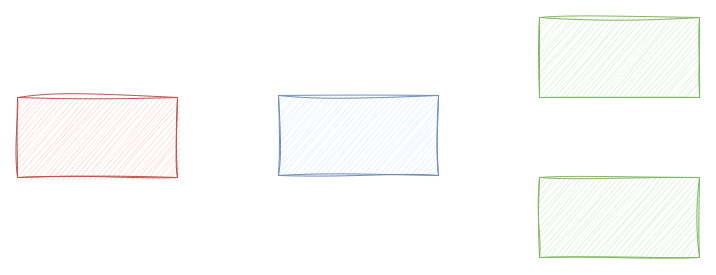
Earlier version of the draw.io diagram Unbenanntes Diagramm.drawio (grexess/test). Source tidied: cells renumbered, new cells numbered last; positions are measured from the earlier drawing's top-left corner, leaving out a move shared by most shapes. Both pictures are drawn from the tidied source at 100%, with x=0, y=0 at pixel (17, 17).
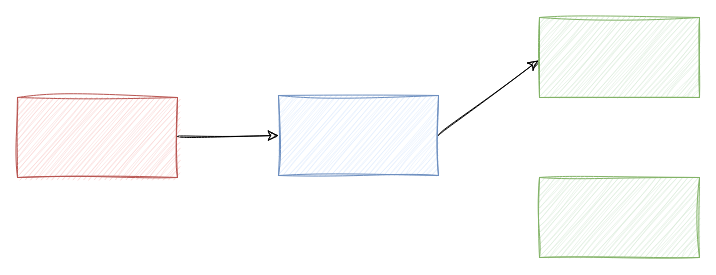
The same page after the edit.

Diff of the diagram source:
```diff
@@
 <mxGraphModel>
   <root>
     <mxCell id="0" />
     <mxCell id="1" parent="0" />
+    <mxCell id="6" style="edgeStyle=none;curved=1;rounded=0;jettySize=auto;html=1;entryX=0;entryY=0.5;entryDx=0;entryDy=0;fontSize=12;startSize=8;endSize=8;sketch=1;curveFitting=1;jiggle=2;" parent="1" edge="1" source="2" target="3">
+      <mxGeometry relative="1" as="geometry" />
+    </mxCell>
     <mxCell id="2" style="rounded=0;whiteSpace=wrap;html=1;sketch=1;curveFitting=1;jiggle=2;fillColor=#f8cecc;strokeColor=#b85450;" parent="1" vertex="1">
       <mxGeometry y="80" width="160" height="80" as="geometry" />
     </mxCell>
+    <mxCell id="7" style="edgeStyle=none;curved=1;rounded=0;jettySize=auto;html=1;fontSize=12;startSize=8;endSize=8;sketch=1;curveFitting=1;jiggle=2;exitX=1;exitY=0.5;exitDx=0;exitDy=0;" parent="1" edge="1" source="3">
+      <mxGeometry relative="1" as="geometry">
+        <mxPoint x="521" y="43" as="targetPoint" />
+      </mxGeometry>
+    </mxCell>
     <mxCell id="3" style="rounded=0;whiteSpace=wrap;html=1;sketch=1;curveFitting=1;jiggle=2;fillColor=#dae8fc;strokeColor=#6c8ebf;" parent="1" vertex="1">
       <mxGeometry x="261" y="78" width="160" height="80" as="geometry" />
     </mxCell>
     <mxCell id="4" style="rounded=0;whiteSpace=wrap;html=1;sketch=1;curveFitting=1;jiggle=2;fillColor=#d5e8d4;strokeColor=#82b366;" parent="1" vertex="1">
       <mxGeometry x="522" width="160" height="80" as="geometry" />
     </mxCell>
     <mxCell id="5" style="rounded=0;whiteSpace=wrap;html=1;sketch=1;curveFitting=1;jiggle=2;fillColor=#d5e8d4;strokeColor=#82b366;" parent="1" vertex="1">
       <mxGeometry x="522" y="160" width="160" height="80" as="geometry" />
     </mxCell>
   </root>
 </mxGraphModel>
```
